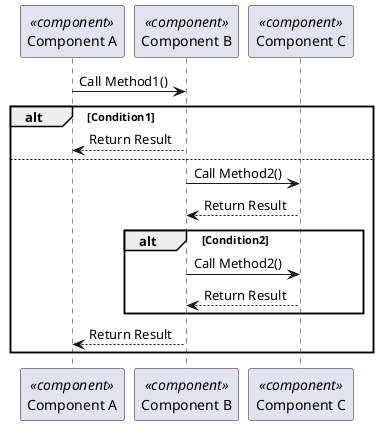
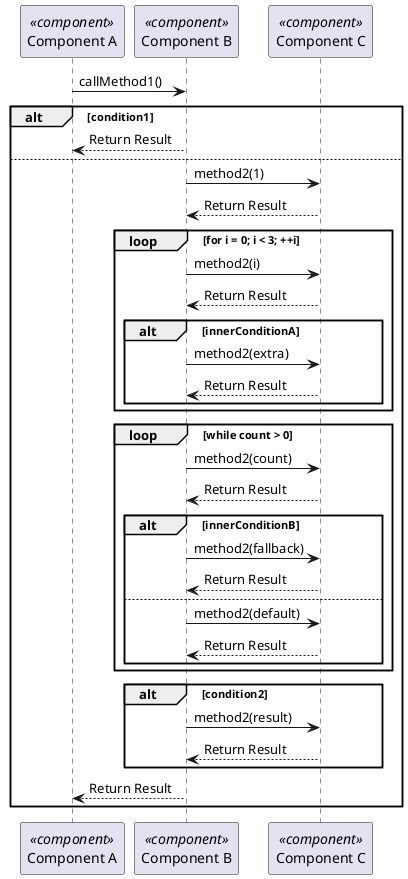
- ' *******************************************************************************
- ' Copyright (c) 2026 Contributors to the Eclipse Foundation
- '
- ' See the NOTICE file(s) distributed with this work for additional
- ' information regarding copyright ownership.
- '
- ' This program and the accompanying materials are made available under the
- ' terms of the Apache License Version 2.0 which is available at
- ' https://www.apache.org/licenses/LICENSE-2.0
- '
- ' SPDX-License-Identifier: Apache-2.0
- ' *******************************************************************************
@startuml

participant "Component A" as ComponentA <<component>>
participant "Component B" as ComponentB <<component>>
participant "Component C" as ComponentC <<component>>

- ComponentA -> ComponentB : Call Method1()
- alt Condition1
+ ComponentA -> ComponentB : callMethod1()
+ alt condition1
    ComponentB --> ComponentA : Return Result
else
-     ComponentB -> ComponentC : Call Method2()
+     ComponentB -> ComponentC : method2(1)
+     ComponentC --> ComponentB : Return Result
+ 
+     loop for i = 0; i < 3; ++i
+         ComponentB -> ComponentC : method2(i)
        ComponentC --> ComponentB : Return Result
-     alt Condition2
-         ComponentB -> ComponentC: Call Method2()
+         alt innerConditionA
+             ComponentB -> ComponentC : method2(extra)
+             ComponentC --> ComponentB : Return Result
+         end
+     end
+ 
+     loop while count > 0
+         ComponentB -> ComponentC : method2(count)
+         ComponentC --> ComponentB : Return Result
+         alt innerConditionB
+             ComponentB -> ComponentC : method2(fallback)
+             ComponentC --> ComponentB : Return Result
+         else
+             ComponentB -> ComponentC : method2(default)
+             ComponentC --> ComponentB : Return Result
+         end
+     end
+ 
+     alt condition2
+         ComponentB -> ComponentC : method2(result)
        ComponentC --> ComponentB : Return Result
    end
+ 
    ComponentB --> ComponentA : Return Result
end

@enduml
